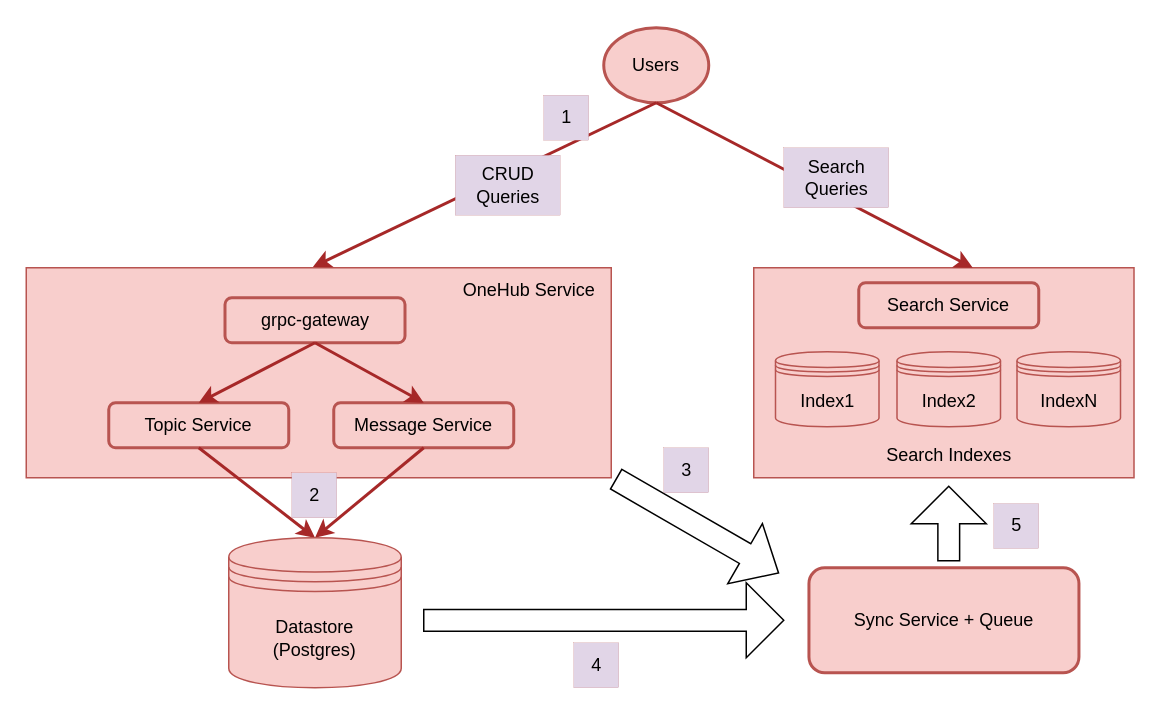
Earlier version of the draw.io diagram page "New Architecture" (2 of 2) of docs/Part9SearchPlatform.drawio (panyam/blog). Source tidied: cells renumbered, new cells numbered last; positions are measured from the earlier drawing's top-left corner, leaving out a move shared by most shapes. Both pictures are drawn from the tidied source at 150%, with x=0, y=0 at pixel (26, 27).
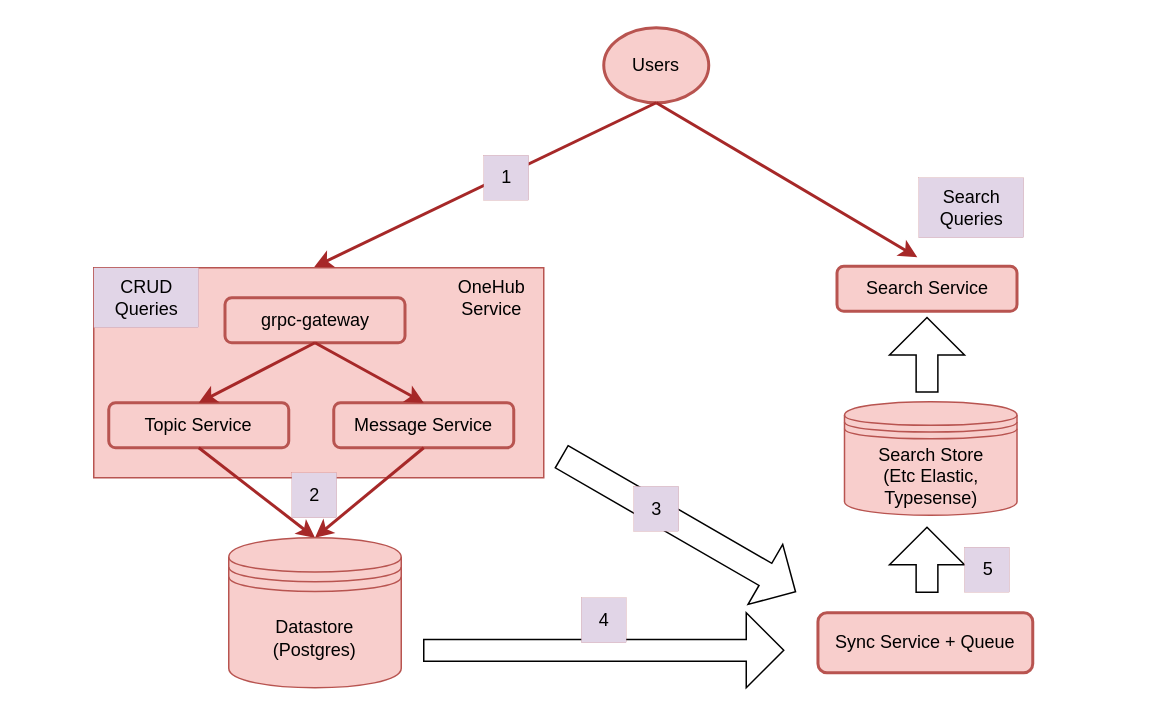
Above is the later version.

Unchanged cells that the change refers to:
```xml
<mxCell id="4" value="Users" style="ellipse;whiteSpace=wrap;html=1;strokeWidth=2;fillColor=#f8cecc;strokeColor=#b85450;" parent="1" vertex="1">
  <mxGeometry x="385" width="70" height="50" as="geometry" />
</mxCell>
```

What changed in the source:
```diff
@@
-    <mxCell id="2" style="verticalLabelPosition=bottom;verticalAlign=top;html=1;shape=mxgraph.basic.rect;fillColor2=none;strokeWidth=1;size=20;indent=5;fillColor=#f8cecc;strokeColor=#b85450;" parent="1" vertex="1">
-      <mxGeometry x="485" y="160" width="253.5" height="140" as="geometry" />
-    </mxCell>
     <mxCell id="3" style="verticalLabelPosition=bottom;verticalAlign=top;html=1;shape=mxgraph.basic.rect;fillColor2=none;strokeWidth=1;size=20;indent=5;fillColor=#f8cecc;strokeColor=#b85450;" parent="1" vertex="1">
-      <mxGeometry y="160" width="390" height="140" as="geometry" />
+      <mxGeometry x="45" y="160" width="300" height="140" as="geometry" />
     </mxCell>
@@
-    <mxCell id="11" value="OneHub Service" style="text;html=1;align=center;verticalAlign=middle;strokeColor=none;fillColor=none;" parent="1" vertex="1">
-      <mxGeometry x="280" y="160" width="110" height="30" as="geometry" />
+    <mxCell id="11" value="OneHub&lt;br&gt;Service" style="text;html=1;align=center;verticalAlign=middle;strokeColor=none;fillColor=none;" parent="1" vertex="1">
+      <mxGeometry x="275" y="160" width="70" height="40" as="geometry" />
     </mxCell>
-    <mxCell id="12" value="Index1" style="shape=datastore;whiteSpace=wrap;html=1;fillColor=#f8cecc;strokeColor=#b85450;" parent="1" vertex="1">
-      <mxGeometry x="499.5" y="216" width="69" height="50" as="geometry" />
-    </mxCell>
-    <mxCell id="13" value="Index2" style="shape=datastore;whiteSpace=wrap;html=1;fillColor=#f8cecc;strokeColor=#b85450;" parent="1" vertex="1">
-      <mxGeometry x="580.5" y="216" width="69" height="50" as="geometry" />
-    </mxCell>
-    <mxCell id="14" value="IndexN" style="shape=datastore;whiteSpace=wrap;html=1;fillColor=#f8cecc;strokeColor=#b85450;" parent="1" vertex="1">
-      <mxGeometry x="660.5" y="216" width="69" height="50" as="geometry" />
-    </mxCell>
-    <mxCell id="15" value="Search Indexes" style="text;html=1;align=center;verticalAlign=middle;strokeColor=none;fillColor=none;" parent="1" vertex="1">
-      <mxGeometry x="560" y="270" width="110" height="30" as="geometry" />
-    </mxCell>
     <mxCell id="16" value="CRUD&lt;br&gt;Queries" style="text;html=1;align=center;verticalAlign=middle;strokeColor=#A62828;fillColor=#e1d5e7;strokeWidth=0;" parent="1" vertex="1">
-      <mxGeometry x="286" y="85" width="70" height="40" as="geometry" />
+      <mxGeometry x="45" y="160" width="70" height="40" as="geometry" />
     </mxCell>
-    <mxCell id="17" style="endArrow=classic;html=1;rounded=0;exitX=0.5;exitY=1;exitDx=0;exitDy=0;strokeColor=#A62828;strokeWidth=2;fillColor=#e1d5e7;entryX=0.576;entryY=0;entryDx=0;entryDy=0;entryPerimeter=0;" parent="1" edge="1" source="4" target="2">
+    <mxCell id="17" style="endArrow=classic;html=1;rounded=0;exitX=0.5;exitY=1;exitDx=0;exitDy=0;strokeColor=#A62828;strokeWidth=2;fillColor=#e1d5e7;entryX=0.446;entryY=-0.2;entryDx=0;entryDy=0;entryPerimeter=0;" parent="1" edge="1" source="4" target="22">
       <mxGeometry relative="1" as="geometry" />
     </mxCell>
     <mxCell id="18" value="Search&lt;br&gt;Queries" style="text;html=1;align=center;verticalAlign=middle;strokeColor=#A62828;fillColor=#e1d5e7;strokeWidth=0;" parent="1" vertex="1">
-      <mxGeometry x="505" y="80" width="70" height="40" as="geometry" />
+      <mxGeometry x="595" y="100" width="70" height="40" as="geometry" />
     </mxCell>
@@
     <mxCell id="22" value="Search Service" style="rounded=1;whiteSpace=wrap;html=1;fillColor=#f8cecc;strokeColor=#b85450;strokeWidth=2;" parent="1" vertex="1">
-      <mxGeometry x="555" y="170" width="120" height="30" as="geometry" />
+      <mxGeometry x="540.5" y="159" width="120" height="30" as="geometry" />
     </mxCell>
     <mxCell id="23" value="Sync Service + Queue" style="rounded=1;whiteSpace=wrap;html=1;fillColor=#f8cecc;strokeColor=#b85450;strokeWidth=2;" parent="1" vertex="1">
-      <mxGeometry x="521.8" y="360" width="180" height="70" as="geometry" />
+      <mxGeometry x="527.8" y="390" width="143.2" height="40" as="geometry" />
     </mxCell>
     <mxCell id="24" style="html=1;shadow=0;dashed=0;align=center;verticalAlign=middle;shape=mxgraph.arrows2.arrow;dy=0.71;dx=25;notch=0;" parent="1" vertex="1">
-      <mxGeometry x="265" y="370" width="240" height="50" as="geometry" />
+      <mxGeometry x="265" y="390" width="240" height="50" as="geometry" />
     </mxCell>
-    <mxCell id="25" style="shape=singleArrow;whiteSpace=wrap;html=1;rotation=30;arrowWidth=0.32822617783189395;arrowSize=0.20610668296988843;" parent="1" vertex="1">
-      <mxGeometry x="384.9" y="309.1" width="125" height="46.2" as="geometry" />
+    <mxCell id="25" style="shape=singleArrow;whiteSpace=wrap;html=1;rotation=30;arrowWidth=0.3690961781858597;arrowSize=0.12881300923818217;" parent="1" vertex="1">
+      <mxGeometry x="344.9" y="307.9" width="180" height="46.2" as="geometry" />
     </mxCell>
     <mxCell id="26" style="html=1;shadow=0;dashed=0;align=center;verticalAlign=middle;shape=mxgraph.arrows2.arrow;dy=0.71;dx=25;notch=0;direction=south;rotation=-180;" parent="1" vertex="1">
-      <mxGeometry x="590" y="305.7" width="50" height="49.7" as="geometry" />
+      <mxGeometry x="575.5" y="333" width="50" height="43.3" as="geometry" />
     </mxCell>
     <mxCell id="27" value="1" style="text;html=1;align=center;verticalAlign=middle;strokeColor=#A62828;fillColor=#e1d5e7;strokeWidth=0;" parent="1" vertex="1">
-      <mxGeometry x="345" y="45" width="30" height="30" as="geometry" />
+      <mxGeometry x="305" y="85" width="30" height="30" as="geometry" />
     </mxCell>
     <mxCell id="28" value="3" style="text;html=1;align=center;verticalAlign=middle;strokeColor=#A62828;fillColor=#e1d5e7;strokeWidth=0;" parent="1" vertex="1">
-      <mxGeometry x="425" y="280" width="30" height="30" as="geometry" />
+      <mxGeometry x="405" y="305.7" width="30" height="30" as="geometry" />
     </mxCell>
@@
     <mxCell id="30" value="4" style="text;html=1;align=center;verticalAlign=middle;strokeColor=#A62828;fillColor=#e1d5e7;strokeWidth=0;" parent="1" vertex="1">
-      <mxGeometry x="365" y="410" width="30" height="30" as="geometry" />
+      <mxGeometry x="370" y="380" width="30" height="30" as="geometry" />
     </mxCell>
     <mxCell id="31" value="5" style="text;html=1;align=center;verticalAlign=middle;strokeColor=#A62828;fillColor=#e1d5e7;strokeWidth=0;" parent="1" vertex="1">
-      <mxGeometry x="645" y="317.2" width="30" height="30" as="geometry" />
+      <mxGeometry x="625.5" y="346.3" width="30" height="30" as="geometry" />
     </mxCell>
+    <mxCell id="32" value="Search Store&lt;br&gt;(Etc Elastic, Typesense)" style="shape=datastore;whiteSpace=wrap;html=1;fillColor=#f8cecc;strokeColor=#b85450;" parent="1" vertex="1">
+      <mxGeometry x="545.5" y="249.3" width="115" height="75.7" as="geometry" />
+    </mxCell>
+    <mxCell id="33" style="html=1;shadow=0;dashed=0;align=center;verticalAlign=middle;shape=mxgraph.arrows2.arrow;dy=0.71;dx=25;notch=0;direction=south;rotation=-180;" parent="1" vertex="1">
+      <mxGeometry x="575.5" y="193.2" width="50" height="49.7" as="geometry" />
+    </mxCell>
```
